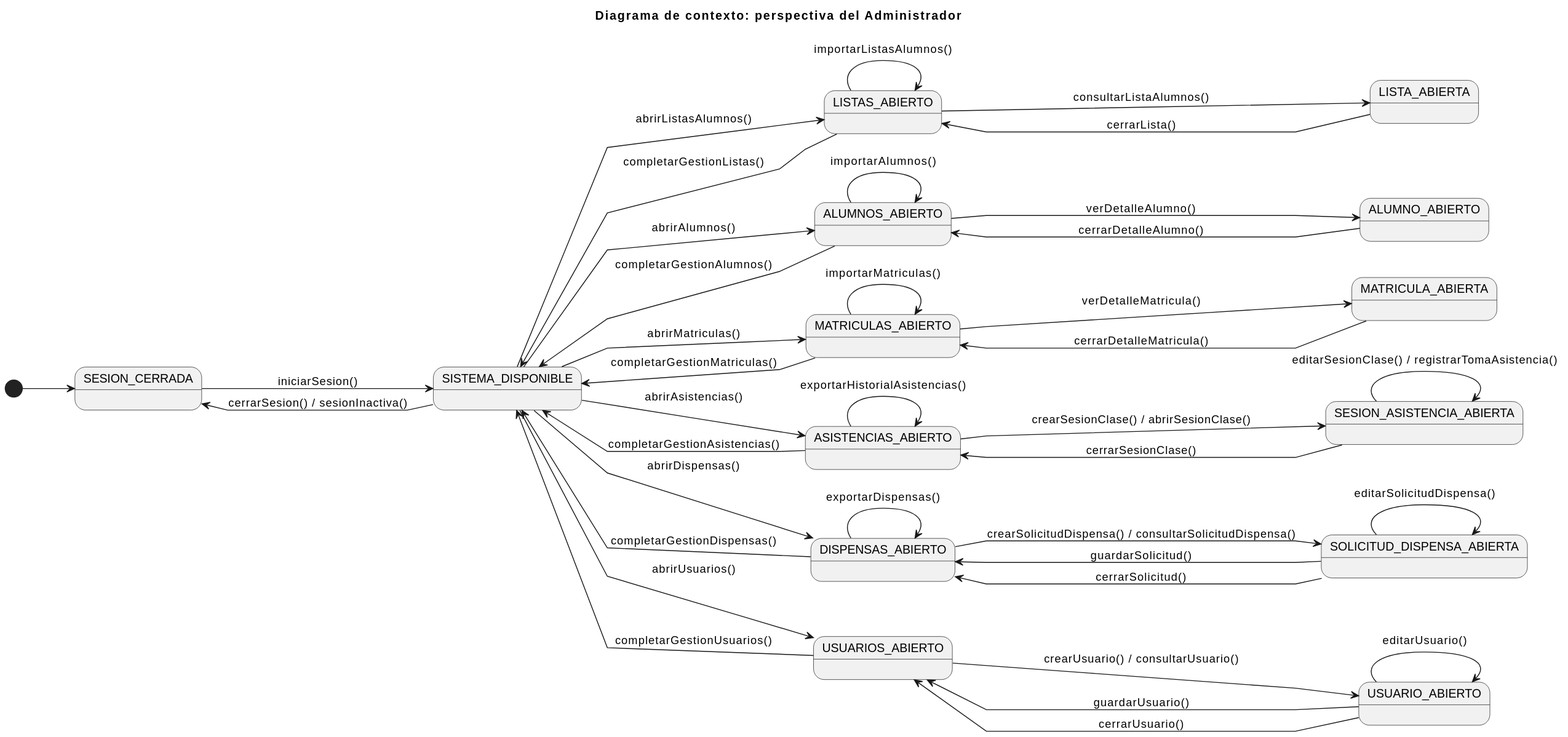
The PlantUML diagram documents/CasosDeUso/DiagramaDeContexto/DiagramaDeContexto.svg in enmabry/25-26-IdSw1-SdR, before a commit.
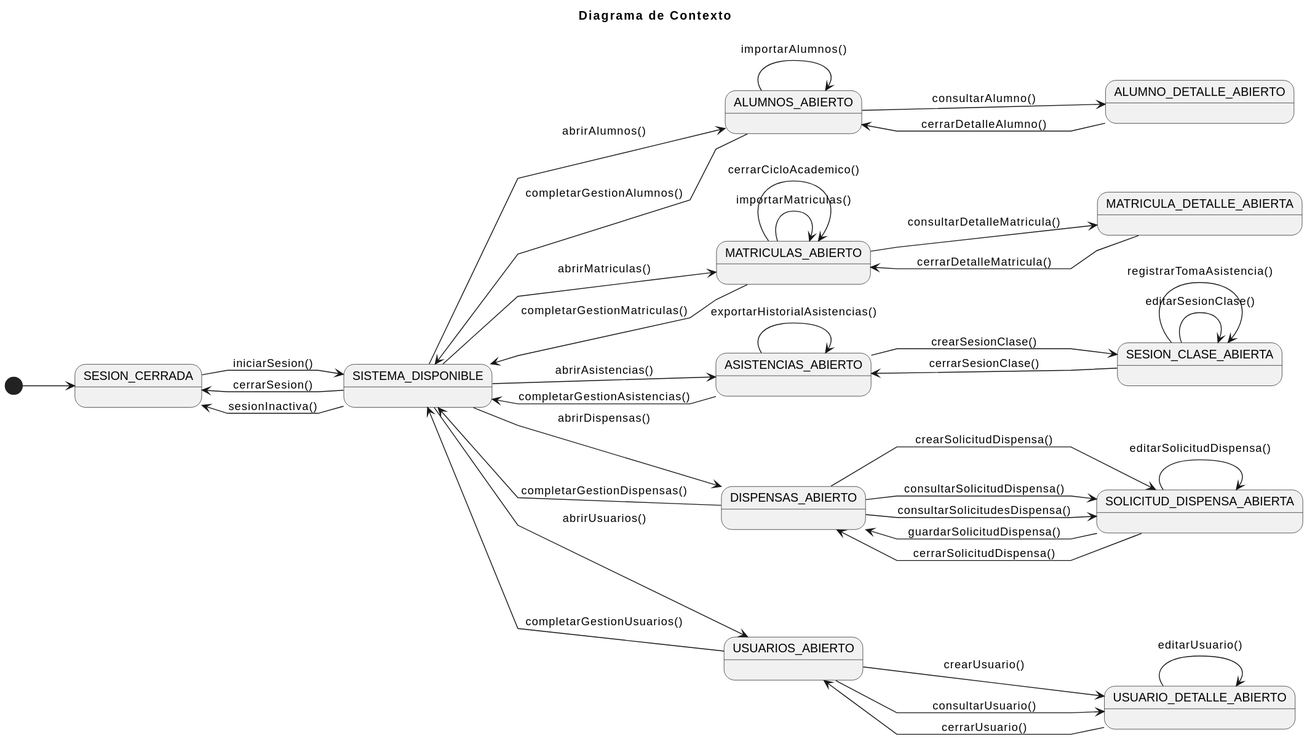
After the change.

Diff of the diagram source:
```diff
@@ -1,62 +1,57 @@
 @startuml
-title Diagrama de contexto: perspectiva del Administrador
+title Diagrama de Contexto
 left to right direction
+skinparam style strictuml
 skinparam linetype polyline
 
 [*] --> SESION_CERRADA
 
 SESION_CERRADA --> SISTEMA_DISPONIBLE : iniciarSesion()
-SISTEMA_DISPONIBLE --> SESION_CERRADA : cerrarSesion() / sesionInactiva()
-
-SISTEMA_DISPONIBLE --> LISTAS_ABIERTO : abrirListasAlumnos()
-LISTAS_ABIERTO --> SISTEMA_DISPONIBLE : completarGestionListas()
-
-LISTAS_ABIERTO --> LISTAS_ABIERTO : importarListasAlumnos()
-
-LISTAS_ABIERTO --> LISTA_ABIERTA : consultarListaAlumnos()
-LISTA_ABIERTA --> LISTAS_ABIERTO : cerrarLista()
+SISTEMA_DISPONIBLE --> SESION_CERRADA : cerrarSesion()
+SISTEMA_DISPONIBLE --> SESION_CERRADA : sesionInactiva()
 
 SISTEMA_DISPONIBLE --> ALUMNOS_ABIERTO : abrirAlumnos()
 ALUMNOS_ABIERTO --> SISTEMA_DISPONIBLE : completarGestionAlumnos()
 
 ALUMNOS_ABIERTO --> ALUMNOS_ABIERTO : importarAlumnos()
-ALUMNOS_ABIERTO --> ALUMNO_ABIERTO : verDetalleAlumno()
-
-ALUMNO_ABIERTO --> ALUMNOS_ABIERTO : cerrarDetalleAlumno()
+ALUMNOS_ABIERTO --> ALUMNO_DETALLE_ABIERTO : consultarAlumno()
+ALUMNO_DETALLE_ABIERTO --> ALUMNOS_ABIERTO : cerrarDetalleAlumno()
 
 SISTEMA_DISPONIBLE --> MATRICULAS_ABIERTO : abrirMatriculas()
 MATRICULAS_ABIERTO --> SISTEMA_DISPONIBLE : completarGestionMatriculas()
 
 MATRICULAS_ABIERTO --> MATRICULAS_ABIERTO : importarMatriculas()
-MATRICULAS_ABIERTO --> MATRICULA_ABIERTA : verDetalleMatricula()
-
-MATRICULA_ABIERTA --> MATRICULAS_ABIERTO : cerrarDetalleMatricula()
+MATRICULAS_ABIERTO --> MATRICULAS_ABIERTO : cerrarCicloAcademico()
+MATRICULAS_ABIERTO --> MATRICULA_DETALLE_ABIERTA : consultarDetalleMatricula()
+MATRICULA_DETALLE_ABIERTA --> MATRICULAS_ABIERTO : cerrarDetalleMatricula()
 
 SISTEMA_DISPONIBLE --> ASISTENCIAS_ABIERTO : abrirAsistencias()
 ASISTENCIAS_ABIERTO --> SISTEMA_DISPONIBLE : completarGestionAsistencias()
 
-ASISTENCIAS_ABIERTO --> ASISTENCIAS_ABIERTO        : exportarHistorialAsistencias()
-ASISTENCIAS_ABIERTO --> SESION_ASISTENCIA_ABIERTA : crearSesionClase() / abrirSesionClase()
+ASISTENCIAS_ABIERTO --> ASISTENCIAS_ABIERTO : exportarHistorialAsistencias()
+ASISTENCIAS_ABIERTO --> SESION_CLASE_ABIERTA : crearSesionClase()
 
-SESION_ASISTENCIA_ABIERTA --> SESION_ASISTENCIA_ABIERTA : editarSesionClase() / registrarTomaAsistencia()
-SESION_ASISTENCIA_ABIERTA --> ASISTENCIAS_ABIERTO      : cerrarSesionClase()
+SESION_CLASE_ABIERTA --> SESION_CLASE_ABIERTA : editarSesionClase()
+SESION_CLASE_ABIERTA --> SESION_CLASE_ABIERTA : registrarTomaAsistencia()
+SESION_CLASE_ABIERTA --> ASISTENCIAS_ABIERTO : cerrarSesionClase()
 
 SISTEMA_DISPONIBLE --> DISPENSAS_ABIERTO : abrirDispensas()
 DISPENSAS_ABIERTO --> SISTEMA_DISPONIBLE : completarGestionDispensas()
 
-DISPENSAS_ABIERTO --> SOLICITUD_DISPENSA_ABIERTA : crearSolicitudDispensa() / consultarSolicitudDispensa()
-DISPENSAS_ABIERTO --> DISPENSAS_ABIERTO         : exportarDispensas()
+DISPENSAS_ABIERTO --> SOLICITUD_DISPENSA_ABIERTA : crearSolicitudDispensa()
+DISPENSAS_ABIERTO --> SOLICITUD_DISPENSA_ABIERTA : consultarSolicitudDispensa()
+DISPENSAS_ABIERTO --> SOLICITUD_DISPENSA_ABIERTA : consultarSolicitudesDispensa()
 
 SOLICITUD_DISPENSA_ABIERTA --> SOLICITUD_DISPENSA_ABIERTA : editarSolicitudDispensa()
-SOLICITUD_DISPENSA_ABIERTA --> DISPENSAS_ABIERTO         : guardarSolicitud()
-SOLICITUD_DISPENSA_ABIERTA --> DISPENSAS_ABIERTO         : cerrarSolicitud()
+SOLICITUD_DISPENSA_ABIERTA --> DISPENSAS_ABIERTO : guardarSolicitudDispensa()
+SOLICITUD_DISPENSA_ABIERTA --> DISPENSAS_ABIERTO : cerrarSolicitudDispensa()
 
 SISTEMA_DISPONIBLE --> USUARIOS_ABIERTO : abrirUsuarios()
 USUARIOS_ABIERTO --> SISTEMA_DISPONIBLE : completarGestionUsuarios()
 
-USUARIOS_ABIERTO --> USUARIO_ABIERTO : crearUsuario() / consultarUsuario()
+USUARIOS_ABIERTO --> USUARIO_DETALLE_ABIERTO : crearUsuario()
+USUARIOS_ABIERTO --> USUARIO_DETALLE_ABIERTO : consultarUsuario()
 
-USUARIO_ABIERTO --> USUARIO_ABIERTO   : editarUsuario()
-USUARIO_ABIERTO --> USUARIOS_ABIERTO  : guardarUsuario()
-USUARIO_ABIERTO --> USUARIOS_ABIERTO  : cerrarUsuario()
+USUARIO_DETALLE_ABIERTO --> USUARIO_DETALLE_ABIERTO : editarUsuario()
+USUARIO_DETALLE_ABIERTO --> USUARIOS_ABIERTO : cerrarUsuario()
 @enduml
```
